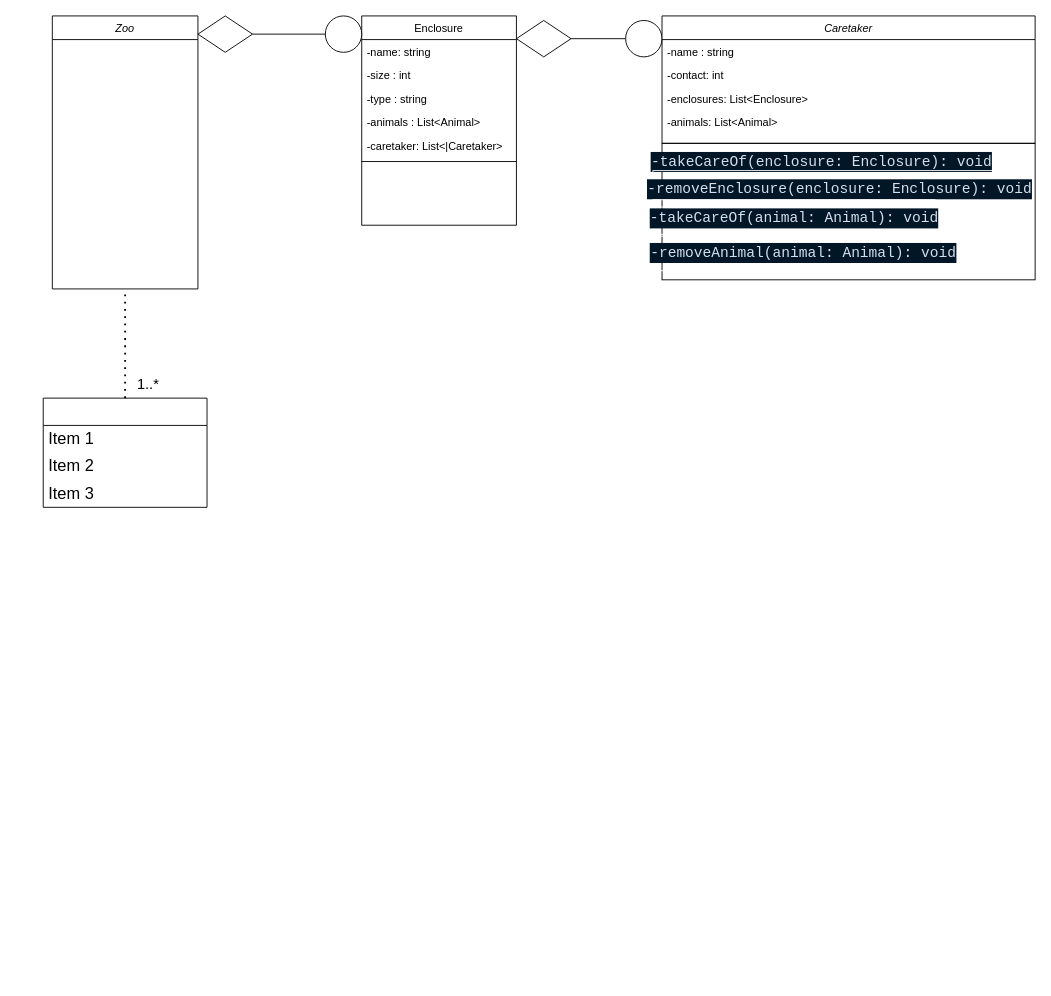
Before: Untitled Diagram.drawio in AA961/zoo-managment-oop, a draw.io diagram. Source tidied: cells renumbered, new cells numbered last; positions are measured from the earlier drawing's top-left corner, leaving out a move shared by most shapes. Both pictures are drawn from the tidied source at 91%, with x=0, y=0 at pixel (43, 15).
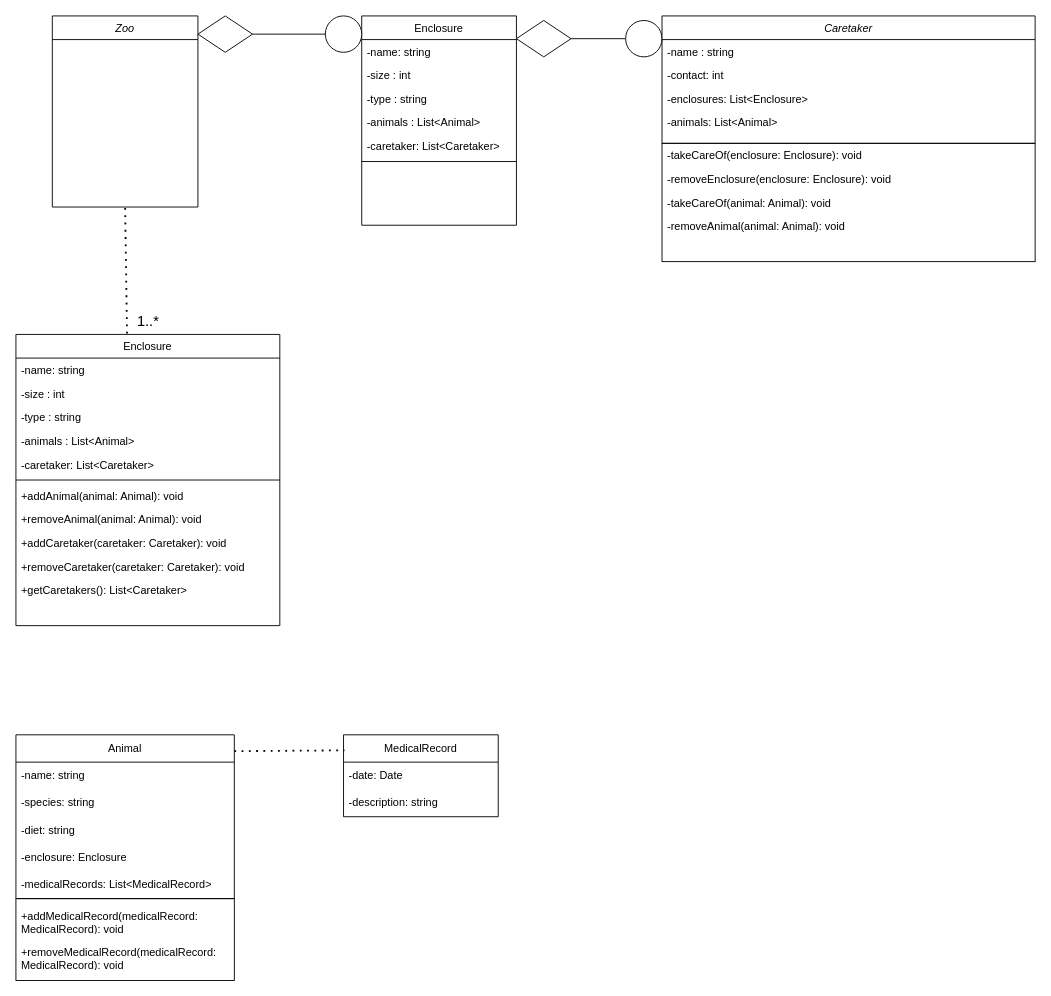
The same diagram, later.

Diff of the diagram source:
```diff
@@
     <mxCell id="2" style="rounded=0;whiteSpace=wrap;html=1;" parent="1" vertex="1">
-      <mxGeometry x="680" y="140" width="410" height="150" as="geometry" />
+      <mxGeometry x="680" y="140" width="410" height="130" as="geometry" />
     </mxCell>
     <mxCell id="3" value="Zoo" style="swimlane;fontStyle=2;align=center;verticalAlign=top;horizontal=1;startSize=26;rounded=0;shadow=0;strokeWidth=1;strokeColor=#000000;fillColor=#FFFFFF;" parent="1" vertex="1">
-      <mxGeometry x="10" width="160" height="300" as="geometry" />
+      <mxGeometry x="10" width="160" height="210" as="geometry" />
     </mxCell>
-    <mxCell id="4" style="endArrow=block;endSize=10;endFill=0;shadow=0;strokeWidth=1;rounded=0;edgeStyle=elbowEdgeStyle;elbow=vertical;" parent="1" edge="1" target="3">
-      <mxGeometry relative="1" as="geometry">
-        <mxPoint x="130" y="300" as="sourcePoint" />
-      </mxGeometry>
-    </mxCell>
-    <mxCell id="5" value="Enclosure&#10;" style="swimlane;fontStyle=0;align=center;verticalAlign=top;horizontal=1;startSize=26;rounded=0;shadow=0;strokeWidth=1;fillColor=#FFFFFF;" parent="1" vertex="1">
+    <mxCell id="5" value="Enclosure" style="swimlane;fontStyle=0;align=center;verticalAlign=top;horizontal=1;startSize=26;rounded=0;shadow=0;strokeWidth=1;fillColor=#FFFFFF;" parent="1" vertex="1">
       <mxGeometry x="350" width="170" height="230" as="geometry" />
     </mxCell>
@@
-    <mxCell id="10" value="-caretaker: List&lt;|Caretaker&gt;" style="text;align=left;verticalAlign=top;spacingLeft=4;spacingRight=4;overflow=hidden;rounded=0;shadow=0;html=0;" parent="5" vertex="1">
+    <mxCell id="10" value="-caretaker: List&lt;Caretaker&gt;" style="text;align=left;verticalAlign=top;spacingLeft=4;spacingRight=4;overflow=hidden;rounded=0;shadow=0;html=0;" parent="5" vertex="1">
       <mxGeometry y="130" width="170" height="26" as="geometry" />
     </mxCell>
@@
+    <mxCell id="29" style="endArrow=none;dashed=1;html=1;dashPattern=1 3;strokeWidth=2;rounded=0;entryX=0.5;entryY=1;entryDx=0;entryDy=0;exitX=0.421;exitY=-0.003;exitDx=0;exitDy=0;exitPerimeter=0;" parent="1" edge="1" source="35" target="3">
+      <mxGeometry relative="1" as="geometry" />
+    </mxCell>
+    <mxCell id="30" value="&lt;font size=&quot;3&quot;&gt;1..*&lt;/font&gt;" style="text;html=1;align=center;verticalAlign=middle;strokeColor=none;fillColor=none;" parent="1" vertex="1">
+      <mxGeometry x="90" y="320" width="50" height="30" as="geometry" />
+    </mxCell>
+    <mxCell id="35" value="Enclosure" style="swimlane;fontStyle=0;align=center;verticalAlign=top;horizontal=1;startSize=26;rounded=0;shadow=0;strokeWidth=1;fillColor=#FFFFFF;" parent="1" vertex="1">
+      <mxGeometry x="-30" y="350" width="290" height="320" as="geometry" />
+    </mxCell>
+    <mxCell id="36" value="-name: string" style="text;align=left;verticalAlign=top;spacingLeft=4;spacingRight=4;overflow=hidden;" parent="35" vertex="1">
+      <mxGeometry y="26" width="290" height="26" as="geometry" />
+    </mxCell>
+    <mxCell id="37" value="-size : int" style="text;align=left;verticalAlign=top;spacingLeft=4;spacingRight=4;overflow=hidden;rounded=0;shadow=0;html=0;fillColor=none;" parent="35" vertex="1">
+      <mxGeometry y="52" width="290" height="26" as="geometry" />
+    </mxCell>
+    <mxCell id="38" value="-type : string" style="text;align=left;verticalAlign=top;spacingLeft=4;spacingRight=4;overflow=hidden;rounded=0;shadow=0;html=0;" parent="35" vertex="1">
+      <mxGeometry y="78" width="290" height="26" as="geometry" />
+    </mxCell>
+    <mxCell id="39" value="-animals : List&lt;Animal&gt;" style="text;align=left;verticalAlign=top;spacingLeft=4;spacingRight=4;overflow=hidden;rounded=0;shadow=0;html=0;" parent="35" vertex="1">
+      <mxGeometry y="104" width="290" height="26" as="geometry" />
+    </mxCell>
+    <mxCell id="40" value="-caretaker: List&lt;Caretaker&gt;" style="text;align=left;verticalAlign=top;spacingLeft=4;spacingRight=4;overflow=hidden;rounded=0;shadow=0;html=0;" parent="35" vertex="1">
+      <mxGeometry y="130" width="290" height="26" as="geometry" />
+    </mxCell>
+    <mxCell id="41" style="line;html=1;strokeWidth=1;align=left;verticalAlign=middle;spacingTop=-1;spacingLeft=3;spacingRight=3;labelPosition=right;" parent="35" vertex="1">
+      <mxGeometry y="156" width="290" height="8" as="geometry" />
+    </mxCell>
+    <mxCell id="42" value="+addAnimal(animal: Animal): void" style="text;align=left;verticalAlign=top;spacingLeft=4;spacingRight=4;overflow=hidden;rounded=0;shadow=0;html=0;" parent="35" vertex="1">
+      <mxGeometry y="164" width="290" height="26" as="geometry" />
+    </mxCell>
+    <mxCell id="43" value="+removeAnimal(animal: Animal): void" style="text;align=left;verticalAlign=top;spacingLeft=4;spacingRight=4;overflow=hidden;rounded=0;shadow=0;html=0;" parent="35" vertex="1">
+      <mxGeometry y="190" width="290" height="26" as="geometry" />
+    </mxCell>
+    <mxCell id="44" value="+addCaretaker(caretaker: Caretaker): void" style="text;align=left;verticalAlign=top;spacingLeft=4;spacingRight=4;overflow=hidden;rounded=0;shadow=0;html=0;" parent="35" vertex="1">
+      <mxGeometry y="216" width="290" height="26" as="geometry" />
+    </mxCell>
+    <mxCell id="45" value="+removeCaretaker(caretaker: Caretaker): void" style="text;align=left;verticalAlign=top;spacingLeft=4;spacingRight=4;overflow=hidden;rounded=0;shadow=0;html=0;" parent="35" vertex="1">
+      <mxGeometry y="242" width="290" height="26" as="geometry" />
+    </mxCell>
+    <mxCell id="46" value="+getCaretakers(): List&lt;Caretaker&gt;" style="text;align=left;verticalAlign=top;spacingLeft=4;spacingRight=4;overflow=hidden;rounded=0;shadow=0;html=0;" parent="35" vertex="1">
+      <mxGeometry y="268" width="290" height="26" as="geometry" />
+    </mxCell>
-    <mxCell id="25" value="&lt;div style=&quot;color: rgb(214, 222, 235); background-color: rgb(1, 22, 39); font-family: &amp;quot;Operator Mono&amp;quot;, Consolas, &amp;quot;Courier New&amp;quot;, monospace; font-weight: normal; font-size: 16px; line-height: 22px;&quot;&gt;&lt;div&gt;-takeCareOf(enclosure: Enclosure): void&lt;/div&gt;&lt;/div&gt;" style="text;html=1;align=center;verticalAlign=middle;strokeColor=none;fillColor=none;" parent="1" vertex="1">
-      <mxGeometry x="650" y="140" width="410" height="40" as="geometry" />
+    <mxCell id="25" value="-takeCareOf(enclosure: Enclosure): void" style="text;align=left;verticalAlign=top;spacingLeft=4;spacingRight=4;overflow=hidden;rounded=0;shadow=0;html=0;" parent="1" vertex="1">
+      <mxGeometry x="680" y="140" width="290" height="26" as="geometry" />
     </mxCell>
-    <mxCell id="26" value="&lt;div style=&quot;color: rgb(214, 222, 235); background-color: rgb(1, 22, 39); font-family: &amp;quot;Operator Mono&amp;quot;, Consolas, &amp;quot;Courier New&amp;quot;, monospace; font-weight: normal; font-size: 16px; line-height: 22px;&quot;&gt;&lt;div&gt;-removeEnclosure(enclosure: Enclosure): void&lt;/div&gt;&lt;/div&gt;" style="text;html=1;align=center;verticalAlign=middle;strokeColor=#FFFFFF;fillColor=none;" parent="1" vertex="1">
-      <mxGeometry x="670" y="170" width="410" height="40" as="geometry" />
+    <mxCell id="26" value="-removeEnclosure(enclosure: Enclosure): void" style="text;align=left;verticalAlign=top;spacingLeft=4;spacingRight=4;overflow=hidden;rounded=0;shadow=0;html=0;" parent="1" vertex="1">
+      <mxGeometry x="680" y="166" width="290" height="26" as="geometry" />
     </mxCell>
-    <mxCell id="27" value="&lt;div style=&quot;color: rgb(214, 222, 235); background-color: rgb(1, 22, 39); font-family: &amp;quot;Operator Mono&amp;quot;, Consolas, &amp;quot;Courier New&amp;quot;, monospace; font-weight: normal; font-size: 16px; line-height: 22px;&quot;&gt;&lt;div&gt;-takeCareOf(animal: Animal): void&lt;/div&gt;&lt;/div&gt;" style="text;html=1;align=center;verticalAlign=middle;strokeColor=#FFFFFF;fillColor=none;" parent="1" vertex="1">
-      <mxGeometry x="670" y="202" width="310" height="40" as="geometry" />
+    <mxCell id="27" value="-takeCareOf(animal: Animal): void" style="text;align=left;verticalAlign=top;spacingLeft=4;spacingRight=4;overflow=hidden;rounded=0;shadow=0;html=0;" parent="1" vertex="1">
+      <mxGeometry x="680" y="192" width="290" height="26" as="geometry" />
     </mxCell>
-    <mxCell id="28" value="&lt;div style=&quot;color: rgb(214, 222, 235); background-color: rgb(1, 22, 39); font-family: &amp;quot;Operator Mono&amp;quot;, Consolas, &amp;quot;Courier New&amp;quot;, monospace; font-weight: normal; font-size: 16px; line-height: 22px;&quot;&gt;&lt;div&gt;-removeAnimal(animal: Animal): void&lt;/div&gt;&lt;/div&gt;" style="text;html=1;align=center;verticalAlign=middle;strokeColor=#FFFFFF;fillColor=none;" parent="1" vertex="1">
-      <mxGeometry x="670" y="240" width="330" height="40" as="geometry" />
+    <mxCell id="28" value="-removeAnimal(animal: Animal): void" style="text;align=left;verticalAlign=top;spacingLeft=4;spacingRight=4;overflow=hidden;rounded=0;shadow=0;html=0;" parent="1" vertex="1">
+      <mxGeometry x="680" y="218" width="290" height="26" as="geometry" />
     </mxCell>
-    <mxCell id="29" style="endArrow=none;dashed=1;html=1;dashPattern=1 3;strokeWidth=2;rounded=0;exitX=0.5;exitY=0;exitDx=0;exitDy=0;entryX=0.5;entryY=1;entryDx=0;entryDy=0;" parent="1" edge="1" source="31" target="3">
-      <mxGeometry relative="1" as="geometry" />
-    </mxCell>
-    <mxCell id="30" value="&lt;font size=&quot;3&quot;&gt;1..*&lt;/font&gt;" style="text;html=1;align=center;verticalAlign=middle;strokeColor=none;fillColor=none;" parent="1" vertex="1">
-      <mxGeometry x="90" y="390" width="50" height="30" as="geometry" />
-    </mxCell>
-    <mxCell id="31" style="swimlane;fontStyle=0;horizontal=1;startSize=30;whiteSpace=wrap;html=1;shadow=0;strokeColor=#000000;fontSize=18;fillColor=none;" parent="1" vertex="1">
-      <mxGeometry y="420" width="180" height="120" as="geometry" />
-    </mxCell>
-    <mxCell id="32" value="Item 1" style="text;strokeColor=none;fillColor=none;align=left;verticalAlign=middle;spacingLeft=4;spacingRight=4;overflow=hidden;whiteSpace=wrap;html=1;fontSize=18;" parent="31" vertex="1">
-      <mxGeometry y="30" width="180" height="30" as="geometry" />
-    </mxCell>
-    <mxCell id="33" value="Item 2" style="text;strokeColor=none;fillColor=none;align=left;verticalAlign=middle;spacingLeft=4;spacingRight=4;overflow=hidden;whiteSpace=wrap;html=1;fontSize=18;" parent="31" vertex="1">
-      <mxGeometry y="60" width="180" height="30" as="geometry" />
-    </mxCell>
-    <mxCell id="34" value="Item 3" style="text;strokeColor=none;fillColor=none;align=left;verticalAlign=middle;spacingLeft=4;spacingRight=4;overflow=hidden;whiteSpace=wrap;html=1;fontSize=18;" parent="31" vertex="1">
-      <mxGeometry y="90" width="180" height="30" as="geometry" />
-    </mxCell>
+    <mxCell id="47" value="Animal" style="swimlane;fontStyle=0;horizontal=1;startSize=30;whiteSpace=wrap;html=1;shadow=0;strokeColor=#000000;fontFamily=Helvetica;fontSize=12;fillColor=none;" parent="1" vertex="1">
+      <mxGeometry x="-30" y="790" width="240" height="180" as="geometry" />
+    </mxCell>
+    <mxCell id="48" value="-name: string" style="text;strokeColor=none;fillColor=none;align=left;verticalAlign=middle;spacingLeft=4;spacingRight=4;overflow=hidden;whiteSpace=wrap;html=1;fontSize=12;fontFamily=Helvetica;" parent="47" vertex="1">
+      <mxGeometry y="30" width="240" height="30" as="geometry" />
+    </mxCell>
+    <mxCell id="49" value="-species: string" style="text;strokeColor=none;fillColor=none;align=left;verticalAlign=middle;spacingLeft=4;spacingRight=4;overflow=hidden;whiteSpace=wrap;html=1;fontSize=12;fontFamily=Helvetica;" parent="47" vertex="1">
+      <mxGeometry y="60" width="240" height="30" as="geometry" />
+    </mxCell>
+    <mxCell id="50" value="-diet: string " style="text;strokeColor=none;fillColor=none;align=left;verticalAlign=middle;spacingLeft=4;spacingRight=4;overflow=hidden;whiteSpace=wrap;html=1;fontSize=12;fontFamily=Helvetica;" parent="47" vertex="1">
+      <mxGeometry y="90" width="240" height="30" as="geometry" />
+    </mxCell>
+    <mxCell id="51" value="-enclosure: Enclosure" style="text;strokeColor=none;fillColor=none;align=left;verticalAlign=middle;spacingLeft=4;spacingRight=4;overflow=hidden;whiteSpace=wrap;html=1;fontSize=12;fontFamily=Helvetica;" parent="47" vertex="1">
+      <mxGeometry y="120" width="240" height="30" as="geometry" />
+    </mxCell>
+    <mxCell id="52" value="-medicalRecords: List&amp;lt;MedicalRecord&amp;gt;" style="text;strokeColor=none;fillColor=none;align=left;verticalAlign=middle;spacingLeft=4;spacingRight=4;overflow=hidden;whiteSpace=wrap;html=1;fontSize=12;fontFamily=Helvetica;" parent="47" vertex="1">
+      <mxGeometry y="150" width="240" height="30" as="geometry" />
+    </mxCell>
+    <mxCell id="53" style="endArrow=none;dashed=1;html=1;dashPattern=1 3;strokeWidth=2;rounded=0;fontFamily=Helvetica;fontSize=12;exitX=1;exitY=0.1;exitDx=0;exitDy=0;entryX=0.006;entryY=0.189;entryDx=0;entryDy=0;exitPerimeter=0;entryPerimeter=0;" parent="1" edge="1" source="47" target="54">
+      <mxGeometry relative="1" as="geometry" />
+    </mxCell>
+    <mxCell id="54" value="MedicalRecord" style="swimlane;fontStyle=0;horizontal=1;startSize=30;whiteSpace=wrap;html=1;shadow=0;strokeColor=#000000;fontFamily=Helvetica;fontSize=12;fillColor=none;" parent="1" vertex="1">
+      <mxGeometry x="330" y="790" width="170" height="90" as="geometry" />
+    </mxCell>
+    <mxCell id="55" value="-date: Date" style="text;strokeColor=none;fillColor=none;align=left;verticalAlign=middle;spacingLeft=4;spacingRight=4;overflow=hidden;whiteSpace=wrap;html=1;fontSize=12;fontFamily=Helvetica;" parent="54" vertex="1">
+      <mxGeometry y="30" width="170" height="30" as="geometry" />
+    </mxCell>
+    <mxCell id="56" value="-description: string" style="text;strokeColor=none;fillColor=none;align=left;verticalAlign=middle;spacingLeft=4;spacingRight=4;overflow=hidden;whiteSpace=wrap;html=1;fontSize=12;fontFamily=Helvetica;" parent="54" vertex="1">
+      <mxGeometry y="60" width="170" height="30" as="geometry" />
+    </mxCell>
+    <mxCell id="57" style="rounded=0;whiteSpace=wrap;html=1;shadow=0;strokeColor=#000000;fontFamily=Helvetica;fontSize=12;fillColor=none;" parent="1" vertex="1">
+      <mxGeometry x="-30" y="970" width="240" height="90" as="geometry" />
+    </mxCell>
+    <mxCell id="58" value="+addMedicalRecord(medicalRecord: MedicalRecord): void" style="text;strokeColor=none;fillColor=none;align=left;verticalAlign=middle;spacingLeft=4;spacingRight=4;overflow=hidden;whiteSpace=wrap;html=1;fontSize=12;fontFamily=Helvetica;" parent="1" vertex="1">
+      <mxGeometry x="-30" y="980" width="240" height="30" as="geometry" />
+    </mxCell>
+    <mxCell id="59" value="+removeMedicalRecord(medicalRecord: MedicalRecord): void" style="text;strokeColor=none;fillColor=none;align=left;verticalAlign=middle;spacingLeft=4;spacingRight=4;overflow=hidden;whiteSpace=wrap;html=1;fontSize=12;fontFamily=Helvetica;" parent="1" vertex="1">
+      <mxGeometry x="-30" y="1020" width="240" height="30" as="geometry" />
+    </mxCell>
```
